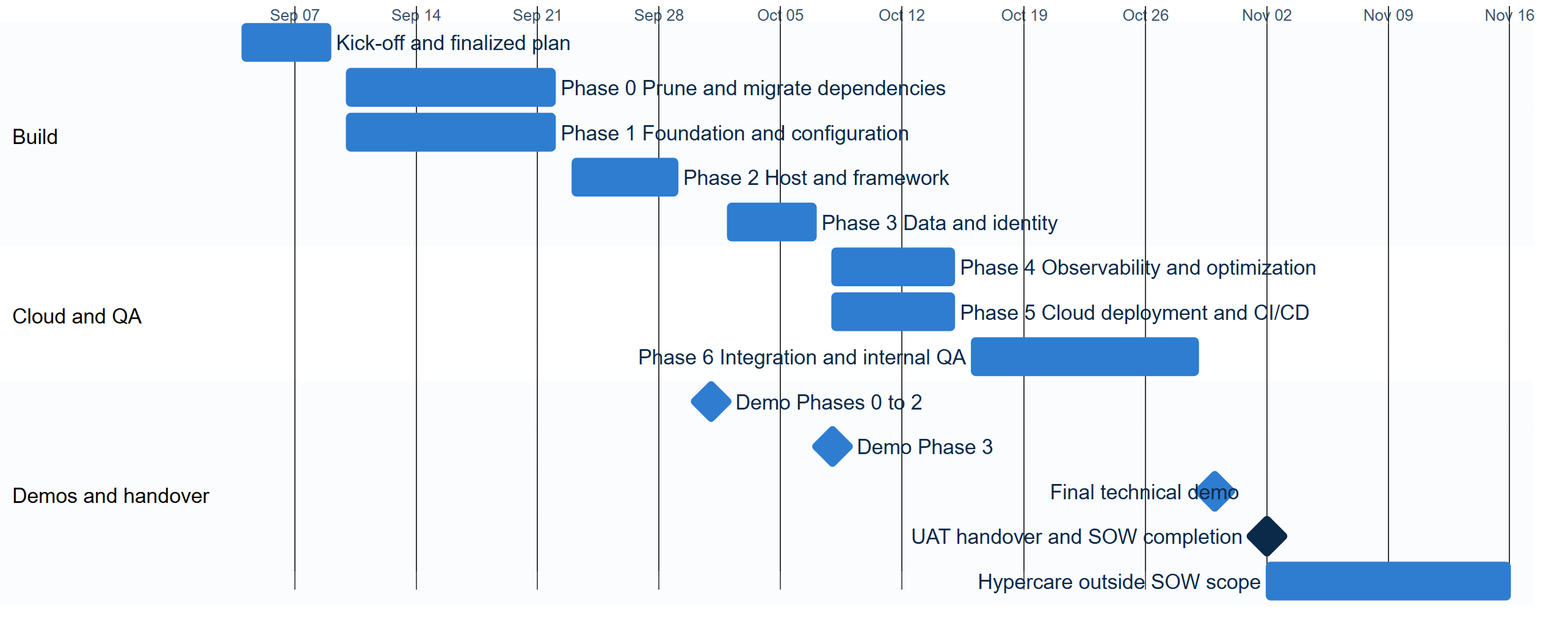
Above: presentations/assets/project-timeline.png in Vishwaisola/MASC-internal-work (Mermaid), before the change. Its source is kept beside it as presentations/assets/project-timeline.mmd.
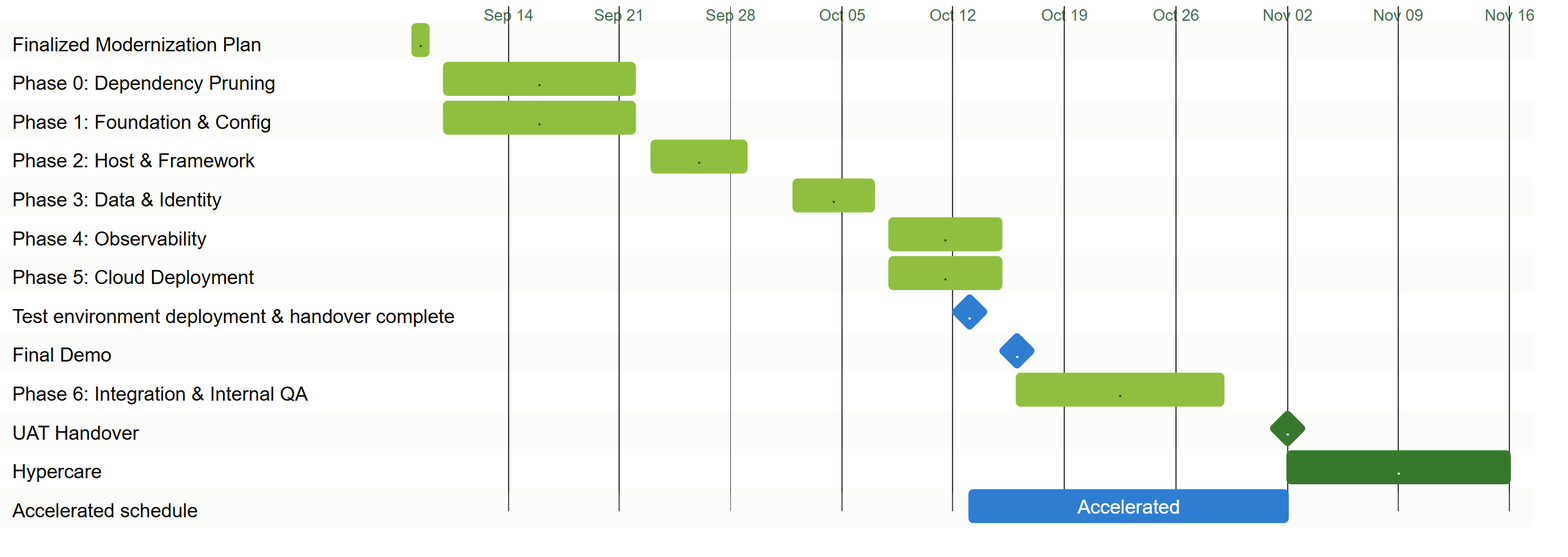
The same diagram one commit later.

Diff of the diagram source:
```diff
@@ -1,23 +1,33 @@
-%%{init: {'theme':'base','themeCSS':'* { font-family: Helvetica Neue, Helvetica, Arial, sans-serif !important; } .milestoneText { font-style: normal !important; } .grid .tick text { display: none; } .grid ~ .grid .tick text { display: block; font-size: 13px; }','themeVariables':{'fontFamily':'Helvetica Neue, Arial, sans-serif','taskBkgColor':'#2E7DD1','taskBorderColor':'#2E7DD1','taskTextColor':'#ffffff','taskTextDarkColor':'#0B2A4A','taskTextOutsideColor':'#0B2A4A','critBkgColor':'#0B2A4A','critBorderColor':'#0B2A4A','sectionBkgColor':'#EAF2FB','altSectionBkgColor':'#ffffff','sectionBkgColor2':'#EAF2FB','gridColor':'#c5ced6','textColor':'#0B2A4A'},'gantt':{'barHeight':30,'barGap':7,'fontSize':17,'sectionFontSize':17,'leftPadding':200,'topPadding':20,'rightPadding':40,'topAxis':true}}}%%
+%%{init: {'theme':'base','themeCSS':'* { font-family: Helvetica Neue, Helvetica, Arial, sans-serif !important; } .milestoneText { font-style: normal !important; } .grid .tick text { display: none; } .grid ~ .grid .tick text { display: block; font-size: 13px; } #accel { stroke-dasharray: 6,4; }','themeVariables':{'fontFamily':'Helvetica Neue, Arial, sans-serif','taskBkgColor':'#37782C','taskBorderColor':'#37782C','taskTextColor':'#ffffff','taskTextDarkColor':'#194722','taskTextOutsideColor':'#194722','critBkgColor':'#2E7DD1','critBorderColor':'#2E7DD1','doneTaskBkgColor':'#8EBF3F','doneTaskBorderColor':'#8EBF3F','doneTaskTextColor':'#194722','sectionBkgColor':'#EFF6E9','altSectionBkgColor':'#ffffff','sectionBkgColor2':'#EFF6E9','gridColor':'#D7E6C9','textColor':'#194722'},'gantt':{'barHeight':26,'barGap':6,'fontSize':16,'sectionFontSize':16,'leftPadding':340,'topPadding':20,'rightPadding':40,'topAxis':true}}}%%
 gantt
     todayMarker off
     dateFormat YYYY-MM-DD
     axisFormat %b %d
     tickInterval 1week
     weekday monday
-    section Build
-    Kick-off and finalized plan              :k0, 2026-09-04, 2026-09-09
-    Phase 0 Prune and migrate dependencies   :p0, 2026-09-10, 2026-09-22
-    Phase 1 Foundation and configuration     :p1, 2026-09-10, 2026-09-22
-    Phase 2 Host and framework               :p2, 2026-09-23, 2026-09-29
-    Phase 3 Data and identity                :p3, 2026-10-02, 2026-10-07
-    section Cloud and QA
-    Phase 4 Observability and optimization   :p4, 2026-10-08, 2026-10-15
-    Phase 5 Cloud deployment and CI/CD       :p5, 2026-10-08, 2026-10-15
-    Phase 6 Integration and internal QA      :p6, 2026-10-16, 2026-10-29
-    section Demos and handover
-    Demo Phases 0 to 2                       :milestone, m1, 2026-10-01, 0d
-    Demo Phase 3                             :milestone, m2, 2026-10-08, 0d
-    Final technical demo                     :milestone, m3, 2026-10-30, 0d
-    UAT handover and SOW completion          :crit, milestone, m4, 2026-11-02, 0d
-    Hypercare outside SOW scope              :h1, 2026-11-02, 2026-11-16
+    section Finalized Modernization Plan
+    .                                       :done, k0, 2026-09-08, 2026-09-09
+    section Phase 0: Dependency Pruning
+    .                                       :done, p0, 2026-09-10, 2026-09-22
+    section Phase 1: Foundation & Config
+    .                                       :done, p1, 2026-09-10, 2026-09-22
+    section Phase 2: Host & Framework
+    .                                       :done, p2, 2026-09-23, 2026-09-29
+    section Phase 3: Data & Identity
+    .                                       :done, p3, 2026-10-02, 2026-10-07
+    section Phase 4: Observability
+    .                                       :done, p4, 2026-10-08, 2026-10-15
+    section Phase 5: Cloud Deployment
+    .                                       :done, p5, 2026-10-08, 2026-10-15
+    section Test environment deployment & handover complete
+    .                                       :crit, milestone, t1, 2026-10-13, 0d
+    section Final Demo
+    .                                       :crit, milestone, d1, 2026-10-16, 0d
+    section Phase 6: Integration & Internal QA
+    .                                       :done, p6, 2026-10-16, 2026-10-29
+    section UAT Handover
+    .                                       :milestone, m1, 2026-11-02, 0d
+    section Hypercare
+    .                                       :h1, 2026-11-02, 2026-11-16
+    section Accelerated schedule
+    Accelerated                            :crit, accel, 2026-10-13, 2026-11-02
```
